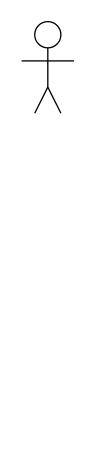
Before: Untitled Diagram.drawio in VinaiRamadhin/COMP2606A1, a draw.io diagram. Source tidied: cells renumbered, new cells numbered last; positions are measured from the earlier drawing's top-left corner, leaving out a move shared by most shapes. Both pictures are drawn from the tidied source at 131%, with x=0, y=0 at pixel (21, 21).
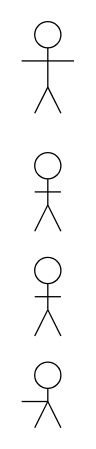
After the change.

The edit, as a diff of the source:
```diff
@@
+    <mxCell id="8" style="ellipse;whiteSpace=wrap;html=1;" parent="1" vertex="1">
+      <mxGeometry x="10" y="100" width="20" height="20" as="geometry" />
+    </mxCell>
+    <mxCell id="9" style="endArrow=none;html=1;rounded=0;entryX=0.5;entryY=1;entryDx=0;entryDy=0;" parent="1" edge="1" target="8">
+      <mxGeometry relative="1" as="geometry">
+        <mxPoint x="20" y="140" as="sourcePoint" />
+      </mxGeometry>
+    </mxCell>
+    <mxCell id="10" style="endArrow=none;html=1;rounded=0;" parent="1" edge="1">
+      <mxGeometry relative="1" as="geometry">
+        <mxPoint x="10" y="160" as="sourcePoint" />
+        <mxPoint x="20" y="140" as="targetPoint" />
+      </mxGeometry>
+    </mxCell>
+    <mxCell id="11" style="endArrow=none;html=1;rounded=0;" parent="1" edge="1">
+      <mxGeometry relative="1" as="geometry">
+        <mxPoint x="30" y="160" as="sourcePoint" />
+        <mxPoint x="20" y="140" as="targetPoint" />
+      </mxGeometry>
+    </mxCell>
+    <mxCell id="12" style="endArrow=none;html=1;rounded=0;" parent="1" edge="1">
+      <mxGeometry relative="1" as="geometry">
+        <mxPoint x="10" y="130" as="sourcePoint" />
+        <mxPoint x="20" y="130" as="targetPoint" />
+      </mxGeometry>
+    </mxCell>
+    <mxCell id="13" style="endArrow=none;html=1;rounded=0;" parent="1" edge="1">
+      <mxGeometry relative="1" as="geometry">
+        <mxPoint x="30" y="130" as="sourcePoint" />
+        <mxPoint x="20" y="130" as="targetPoint" />
+      </mxGeometry>
+    </mxCell>
+    <mxCell id="14" style="ellipse;whiteSpace=wrap;html=1;" parent="1" vertex="1">
+      <mxGeometry x="10" y="180" width="20" height="20" as="geometry" />
+    </mxCell>
+    <mxCell id="15" style="endArrow=none;html=1;rounded=0;" parent="1" edge="1">
+      <mxGeometry relative="1" as="geometry">
+        <mxPoint x="20" y="200" as="sourcePoint" />
+        <mxPoint x="20" y="220" as="targetPoint" />
+        <Array as="points">
+          <mxPoint x="20" y="200" />
+        </Array>
+      </mxGeometry>
+    </mxCell>
+    <mxCell id="16" style="endArrow=none;html=1;rounded=0;" parent="1" edge="1">
+      <mxGeometry relative="1" as="geometry">
+        <mxPoint x="10" y="240" as="sourcePoint" />
+        <mxPoint x="20" y="220" as="targetPoint" />
+      </mxGeometry>
+    </mxCell>
+    <mxCell id="17" style="endArrow=none;html=1;rounded=0;" parent="1" edge="1">
+      <mxGeometry relative="1" as="geometry">
+        <mxPoint x="30" y="240" as="sourcePoint" />
+        <mxPoint x="20" y="220" as="targetPoint" />
+      </mxGeometry>
+    </mxCell>
+    <mxCell id="18" style="endArrow=none;html=1;rounded=0;" parent="1" edge="1">
+      <mxGeometry relative="1" as="geometry">
+        <mxPoint x="30" y="210" as="sourcePoint" />
+        <mxPoint x="20" y="210" as="targetPoint" />
+      </mxGeometry>
+    </mxCell>
+    <mxCell id="19" style="endArrow=none;html=1;rounded=0;" parent="1" edge="1">
+      <mxGeometry relative="1" as="geometry">
+        <mxPoint x="10" y="210" as="sourcePoint" />
+        <mxPoint x="20" y="210" as="targetPoint" />
+      </mxGeometry>
+    </mxCell>
+    <mxCell id="20" style="ellipse;whiteSpace=wrap;html=1;" parent="1" vertex="1">
+      <mxGeometry x="10" y="260" width="20" height="20" as="geometry" />
+    </mxCell>
+    <mxCell id="21" style="endArrow=none;html=1;rounded=0;" parent="1" edge="1">
+      <mxGeometry relative="1" as="geometry">
+        <mxPoint x="20" y="290" as="sourcePoint" />
+        <mxPoint x="20" y="280" as="targetPoint" />
+      </mxGeometry>
+    </mxCell>
+    <mxCell id="22" style="endArrow=none;html=1;rounded=0;" parent="1" edge="1">
+      <mxGeometry relative="1" as="geometry">
+        <mxPoint x="10" y="310" as="sourcePoint" />
+        <mxPoint x="20" y="290" as="targetPoint" />
+      </mxGeometry>
+    </mxCell>
+    <mxCell id="23" style="endArrow=none;html=1;rounded=0;" parent="1" edge="1">
+      <mxGeometry relative="1" as="geometry">
+        <mxPoint x="20" y="290" as="sourcePoint" />
+        <mxPoint x="30" y="310" as="targetPoint" />
+      </mxGeometry>
+    </mxCell>
+    <mxCell id="24" style="endArrow=none;html=1;rounded=0;" parent="1" edge="1">
+      <mxGeometry relative="1" as="geometry">
+        <mxPoint x="20" y="290" as="sourcePoint" />
+        <mxPoint y="290" as="targetPoint" />
+      </mxGeometry>
+    </mxCell>
```
